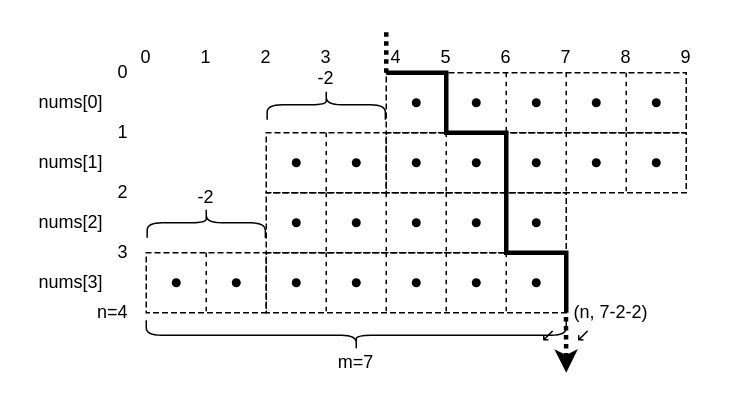
calfzhou/gocalf.com keeps this draw.io diagram as source/coding/3250-find-the-count-of-monotonic-pairs-i/path-n.drawio. Above is the earlier version. Source tidied: cells renumbered, new cells numbered last; positions are measured from the earlier drawing's top-left corner, leaving out a move shared by most shapes. Both pictures are drawn from the tidied source at 150%, with x=0, y=0 at pixel (26, 27).
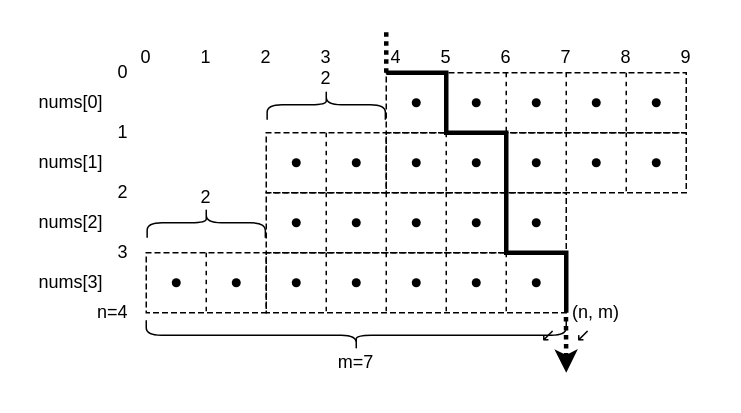
After the change.

Commit message:
fix(coding/3250): fix diagram

Diff of the diagram source:
```diff
@@
-    <mxCell id="55" value="(n, 7-2-2)" style="text;html=1;align=center;verticalAlign=middle;whiteSpace=wrap;rounded=0;" parent="1" vertex="1">
-      <mxGeometry x="360" y="180" width="60" height="20" as="geometry" />
+    <mxCell id="55" value="(n, m)" style="text;html=1;align=center;verticalAlign=middle;whiteSpace=wrap;rounded=0;" parent="1" vertex="1">
+      <mxGeometry x="360" y="180" width="40" height="20" as="geometry" />
     </mxCell>
@@
-    <mxCell id="95" value="-2" style="text;html=1;align=center;verticalAlign=middle;whiteSpace=wrap;rounded=0;" parent="1" vertex="1">
+    <mxCell id="95" value="2" style="text;html=1;align=center;verticalAlign=middle;whiteSpace=wrap;rounded=0;" parent="1" vertex="1">
       <mxGeometry x="110" y="105" width="20" height="15" as="geometry" />
     </mxCell>
@@
-    <mxCell id="97" value="-2" style="text;html=1;align=center;verticalAlign=middle;whiteSpace=wrap;rounded=0;" parent="1" vertex="1">
+    <mxCell id="97" value="2" style="text;html=1;align=center;verticalAlign=middle;whiteSpace=wrap;rounded=0;" parent="1" vertex="1">
       <mxGeometry x="190" y="26.2" width="20" height="15" as="geometry" />
     </mxCell>
```
